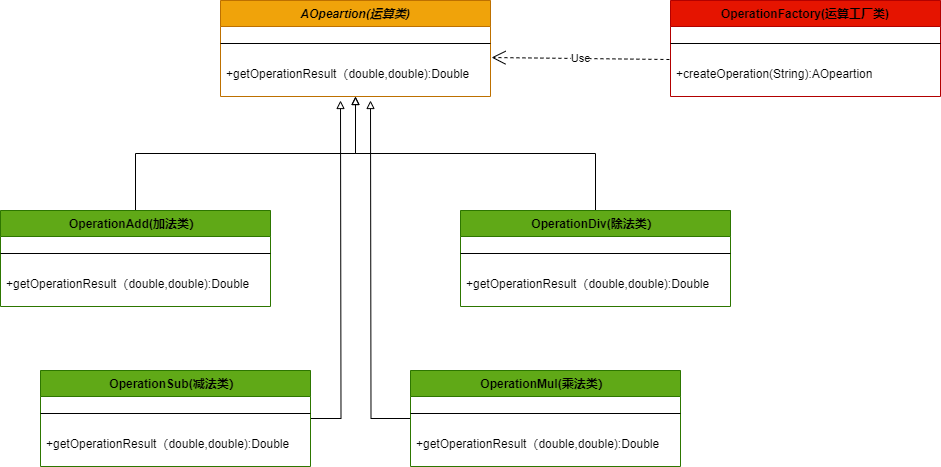
Earlier version of the draw.io export 简单工厂模式之升级计算器.drawio.png (uncle-Parker/picb). Source tidied: cells renumbered, new cells last; positions are measured from the earlier drawing's top-left corner, leaving out a move shared by most shapes.
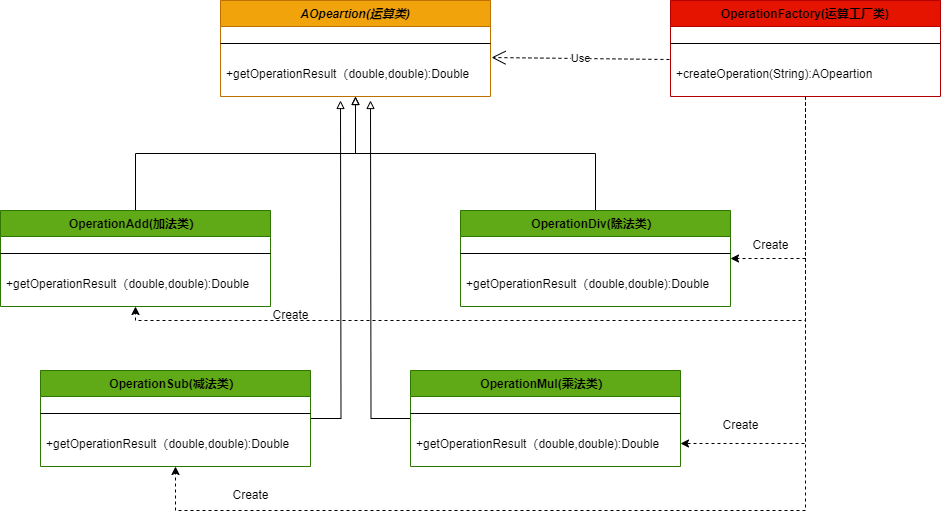
After the commit.

Commit message:
更新简单工厂模式之升级计算器.drawio.png

What changed in the source:
```diff
@@ -63,6 +63,28 @@
     <mxCell id="20" value="+getOperationResult（double,double):Double" style="text;align=left;verticalAlign=top;spacingLeft=4;spacingRight=4;overflow=hidden;points=[[0,0.5],[1,0.5]];portConstraint=eastwest;" parent="18" vertex="1">
       <mxGeometry y="60" width="270" height="26" as="geometry" />
     </mxCell>
+    <mxCell id="25" style="edgeStyle=orthogonalEdgeStyle;rounded=0;jettySize=auto;html=1;dashed=1;entryX=0.5;entryY=1;entryDx=0;entryDy=0;" parent="1" edge="1" source="21" target="10">
+      <mxGeometry relative="1" as="geometry">
+        <Array as="points">
+          <mxPoint x="805" y="320" />
+          <mxPoint x="135" y="320" />
+        </Array>
+      </mxGeometry>
+    </mxCell>
+    <mxCell id="26" style="edgeStyle=orthogonalEdgeStyle;rounded=0;jettySize=auto;html=1;entryX=1;entryY=0.5;entryDx=0;entryDy=0;dashed=1;" parent="1" edge="1" source="21" target="3">
+      <mxGeometry relative="1" as="geometry" />
+    </mxCell>
+    <mxCell id="27" style="edgeStyle=orthogonalEdgeStyle;rounded=0;jettySize=auto;html=1;dashed=1;entryX=0.5;entryY=1;entryDx=0;entryDy=0;" parent="1" edge="1" source="21" target="14">
+      <mxGeometry relative="1" as="geometry">
+        <Array as="points">
+          <mxPoint x="805" y="510" />
+          <mxPoint x="175" y="510" />
+        </Array>
+      </mxGeometry>
+    </mxCell>
+    <mxCell id="28" style="edgeStyle=orthogonalEdgeStyle;rounded=0;jettySize=auto;html=1;entryX=1;entryY=0.5;entryDx=0;entryDy=0;dashed=1;" parent="1" edge="1" source="21" target="20">
+      <mxGeometry relative="1" as="geometry" />
+    </mxCell>
     <mxCell id="21" value="OperationFactory(运算工厂类)" style="swimlane;fontStyle=1;align=center;verticalAlign=top;horizontal=1;startSize=26;rounded=0;shadow=0;strokeWidth=1;fillColor=#e51400;strokeColor=#B20000;fontColor=#000000;" parent="1" vertex="1">
       <mxGeometry x="670" width="270" height="96" as="geometry" />
     </mxCell>
@@ -75,5 +97,17 @@
     <mxCell id="24" value="Use" style="endArrow=open;endSize=12;dashed=1;html=1;rounded=0;entryX=1.004;entryY=-0.115;entryDx=0;entryDy=0;entryPerimeter=0;exitX=-0.004;exitY=-0.038;exitDx=0;exitDy=0;exitPerimeter=0;" parent="1" edge="1" source="23" target="8">
       <mxGeometry relative="1" as="geometry" />
     </mxCell>
+    <mxCell id="29" value="Create" style="text;html=1;align=center;verticalAlign=middle;strokeColor=none;fillColor=none;" parent="1" vertex="1">
+      <mxGeometry x="260" y="300" width="60" height="30" as="geometry" />
+    </mxCell>
+    <mxCell id="30" value="Create" style="text;html=1;align=center;verticalAlign=middle;strokeColor=none;fillColor=none;" parent="1" vertex="1">
+      <mxGeometry x="740" y="230" width="60" height="30" as="geometry" />
+    </mxCell>
+    <mxCell id="31" value="Create" style="text;html=1;align=center;verticalAlign=middle;strokeColor=none;fillColor=none;" parent="1" vertex="1">
+      <mxGeometry x="220" y="480" width="60" height="30" as="geometry" />
+    </mxCell>
+    <mxCell id="32" value="Create" style="text;html=1;align=center;verticalAlign=middle;strokeColor=none;fillColor=none;" parent="1" vertex="1">
+      <mxGeometry x="710" y="410" width="60" height="30" as="geometry" />
+    </mxCell>
   </root>
 </mxGraphModel>
```
